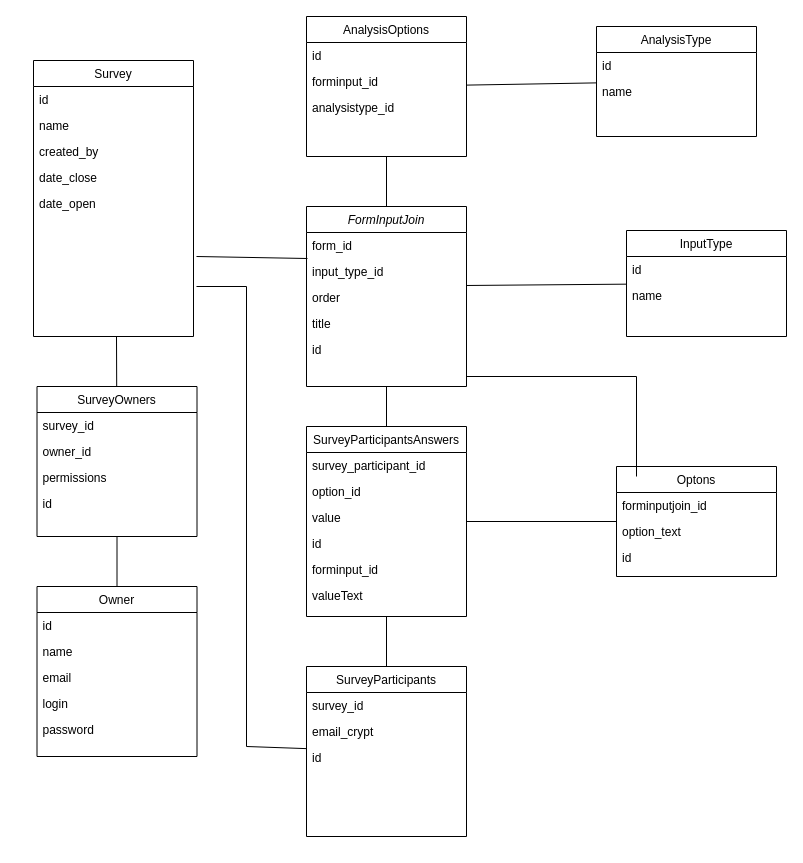
This is doc/domainModel.drawio from haniszewski/SurveySystemBackend, a draw.io file, before an edit. Source tidied: cells renumbered, new cells numbered last; positions are measured from the earlier drawing's top-left corner, leaving out a move shared by most shapes. Both pictures are drawn from the tidied source at 100%, with x=0, y=0 at pixel (33, 16).
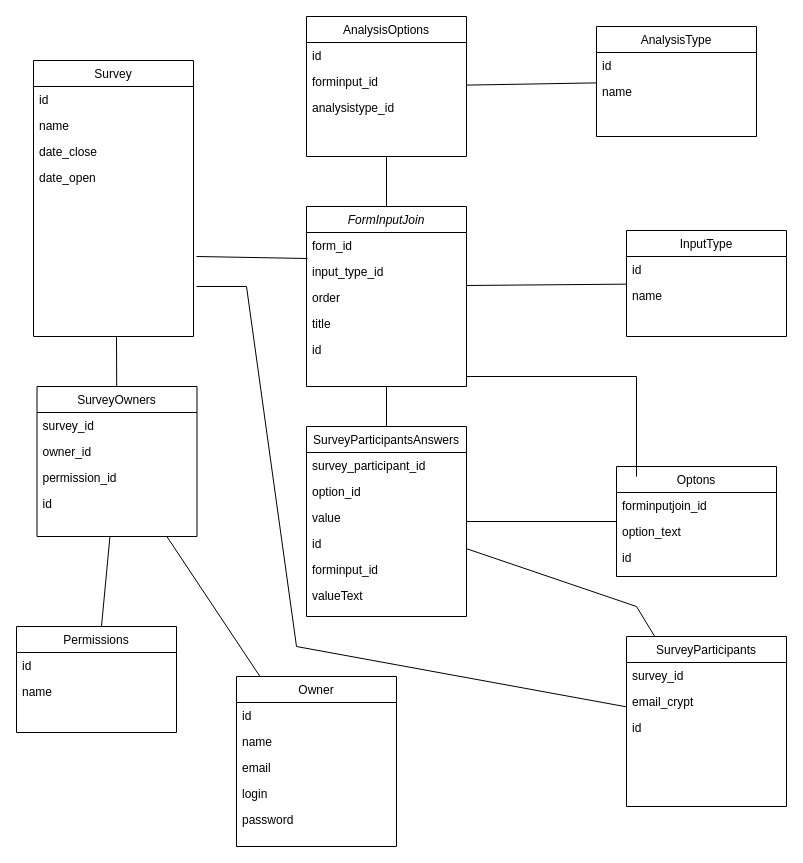
Above is the later version.

The change refers to these unchanged cells:
```xml
<mxCell id="11" value="Survey" style="swimlane;fontStyle=0;align=center;verticalAlign=top;horizontal=1;startSize=26;rounded=0;shadow=0;strokeWidth=1;" parent="1" vertex="1">
  <mxGeometry y="44" width="160" height="276" as="geometry" />
</mxCell>
<mxCell id="24" value="SurveyOwners" style="swimlane;fontStyle=0;align=center;verticalAlign=top;horizontal=1;startSize=26;rounded=0;shadow=0;strokeWidth=1;" parent="1" vertex="1">
  <mxGeometry x="3.5" y="370" width="160" height="150" as="geometry" />
</mxCell>
<mxCell id="37" value="SurveyParticipantsAnswers" style="swimlane;fontStyle=0;align=center;verticalAlign=top;horizontal=1;startSize=26;rounded=0;shadow=0;strokeWidth=1;" parent="1" vertex="1">
  <mxGeometry x="273" y="410" width="160" height="190" as="geometry" />
</mxCell>
```

Change to the diagram source:
```diff
@@
-    <mxCell id="14" value="created_by" style="text;align=left;verticalAlign=top;spacingLeft=4;spacingRight=4;overflow=hidden;rounded=0;shadow=0;html=0;" parent="11" vertex="1">
-      <mxGeometry y="78" width="160" height="26" as="geometry" />
-    </mxCell>
     <mxCell id="15" value="date_close" style="text;align=left;verticalAlign=top;spacingLeft=4;spacingRight=4;overflow=hidden;rounded=0;shadow=0;html=0;" parent="11" vertex="1">
-      <mxGeometry y="104" width="160" height="26" as="geometry" />
+      <mxGeometry y="78" width="160" height="26" as="geometry" />
     </mxCell>
     <mxCell id="16" value="date_open" style="text;align=left;verticalAlign=top;spacingLeft=4;spacingRight=4;overflow=hidden;rounded=0;shadow=0;html=0;" parent="11" vertex="1">
-      <mxGeometry y="130" width="160" height="26" as="geometry" />
+      <mxGeometry y="104" width="160" height="26" as="geometry" />
     </mxCell>
@@
     <mxCell id="18" value="Owner" style="swimlane;fontStyle=0;align=center;verticalAlign=top;horizontal=1;startSize=26;rounded=0;shadow=0;strokeWidth=1;" parent="1" vertex="1">
-      <mxGeometry x="3.5" y="570" width="160" height="170" as="geometry" />
+      <mxGeometry x="203" y="660" width="160" height="170" as="geometry" />
     </mxCell>
@@
-    <mxCell id="27" value="permissions" style="text;align=left;verticalAlign=top;spacingLeft=4;spacingRight=4;overflow=hidden;rounded=0;shadow=0;html=0;" parent="24" vertex="1">
+    <mxCell id="27" value="permission_id" style="text;align=left;verticalAlign=top;spacingLeft=4;spacingRight=4;overflow=hidden;rounded=0;shadow=0;html=0;" parent="24" vertex="1">
       <mxGeometry y="78" width="160" height="26" as="geometry" />
     </mxCell>
@@
     <mxCell id="33" value="SurveyParticipants" style="swimlane;fontStyle=0;align=center;verticalAlign=top;horizontal=1;startSize=26;rounded=0;shadow=0;strokeWidth=1;" parent="1" vertex="1">
-      <mxGeometry x="273" y="650" width="160" height="170" as="geometry" />
+      <mxGeometry x="593" y="620" width="160" height="170" as="geometry" />
     </mxCell>
@@
     <mxCell id="46" style="endArrow=none;html=1;rounded=0;" parent="1" edge="1" source="33">
       <mxGeometry relative="1" as="geometry">
         <mxPoint x="163" y="270" as="targetPoint" />
         <Array as="points">
-          <mxPoint x="213" y="730" />
+          <mxPoint x="263" y="630" />
           <mxPoint x="213" y="270" />
         </Array>
       </mxGeometry>
     </mxCell>
@@
     <mxCell id="49" style="endArrow=none;html=1;rounded=0;" parent="1" edge="1" source="33" target="37">
-      <mxGeometry relative="1" as="geometry" />
+      <mxGeometry relative="1" as="geometry">
+        <Array as="points">
+          <mxPoint x="603" y="590" />
+        </Array>
+      </mxGeometry>
     </mxCell>
@@
+    <mxCell id="61" value="Permissions" style="swimlane;fontStyle=0;align=center;verticalAlign=top;horizontal=1;startSize=26;rounded=0;shadow=0;strokeWidth=1;" parent="1" vertex="1">
+      <mxGeometry x="-17" y="610" width="160" height="106" as="geometry" />
+    </mxCell>
+    <mxCell id="62" value="id&#10;" style="text;align=left;verticalAlign=top;spacingLeft=4;spacingRight=4;overflow=hidden;" parent="61" vertex="1">
+      <mxGeometry y="26" width="160" height="26" as="geometry" />
+    </mxCell>
+    <mxCell id="63" value="name" style="text;align=left;verticalAlign=top;spacingLeft=4;spacingRight=4;overflow=hidden;rounded=0;shadow=0;html=0;" parent="61" vertex="1">
+      <mxGeometry y="52" width="160" height="26" as="geometry" />
+    </mxCell>
+    <mxCell id="64" style="endArrow=none;html=1;rounded=0;" parent="1" edge="1" source="61" target="24">
+      <mxGeometry relative="1" as="geometry" />
+    </mxCell>
```
